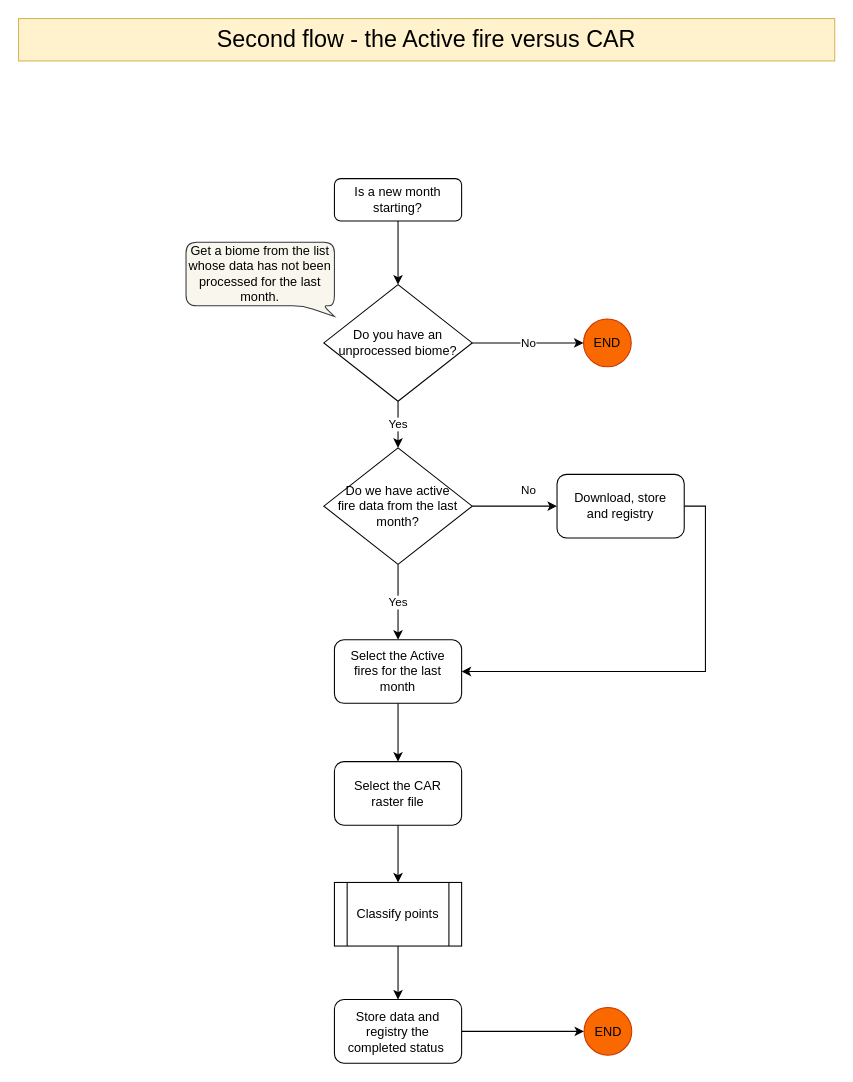
The draw.io diagram page "second-flow" (2 of 2) of docs/fire-classification-flow.drawio in terrabrasilis/fires-data-task, before the edit. Source tidied: cells renumbered, new cells numbered last; positions are measured from the earlier drawing's top-left corner, leaving out a move shared by most shapes. Both pictures are drawn from the tidied source at 106%, with x=0, y=0 at pixel (18, 18).
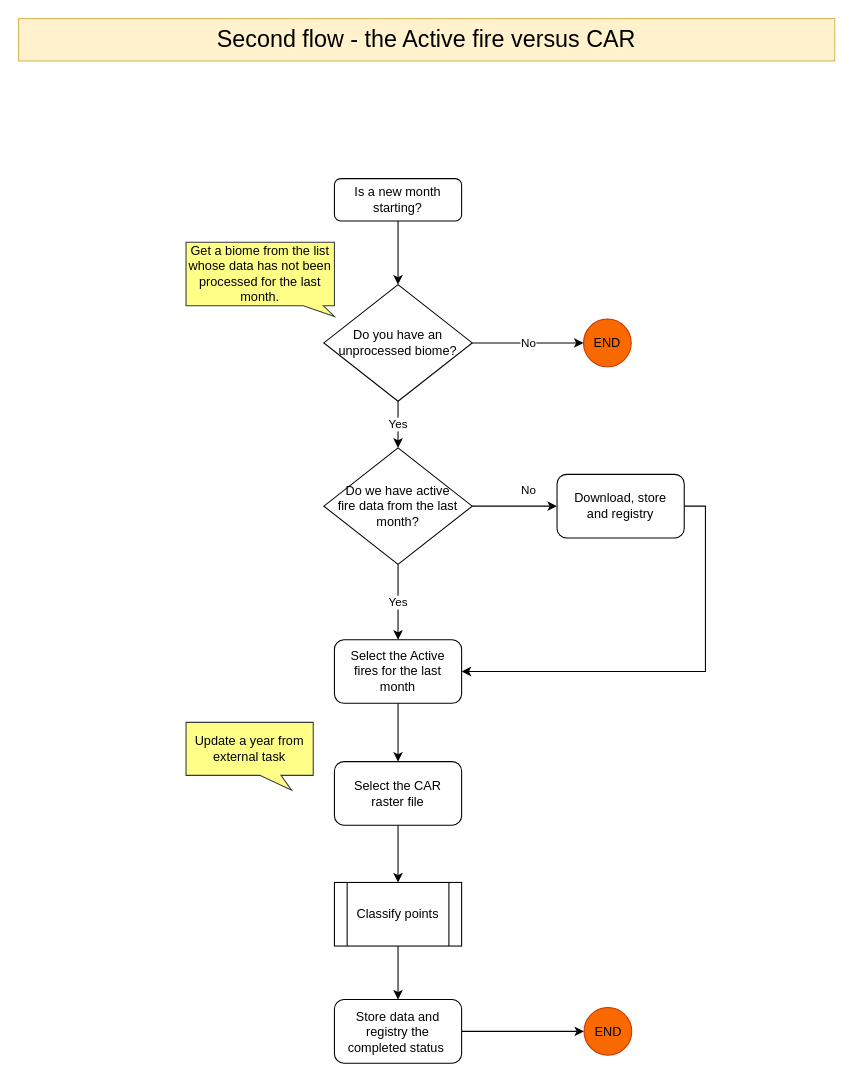
The same page after the edit.

Change to the diagram source:
```diff
@@
-    <mxCell id="13" value="Get a biome from the list whose data has not been processed for the last month." style="shape=callout;whiteSpace=wrap;html=1;perimeter=calloutPerimeter;size=10;position=0.79;position2=1;base=19;fillColor=#f9f7ed;strokeColor=#36393d;rounded=1;" parent="1" vertex="1">
+    <mxCell id="13" value="Get a biome from the list whose data has not been processed for the last month." style="shape=callout;whiteSpace=wrap;html=1;perimeter=calloutPerimeter;size=10;position=0.79;position2=1;base=19;fillColor=#ffff88;strokeColor=#36393d;rounded=0;" parent="1" vertex="1">
       <mxGeometry x="158" y="211" width="140" height="70" as="geometry" />
     </mxCell>
@@
+    <mxCell id="24" value="Update a year from external task" style="shape=callout;whiteSpace=wrap;html=1;perimeter=calloutPerimeter;position2=0.83;fillColor=#ffff88;strokeColor=#36393d;size=14;position=0.58;" parent="1" vertex="1">
+      <mxGeometry x="158" y="664" width="120" height="64" as="geometry" />
+    </mxCell>
```
